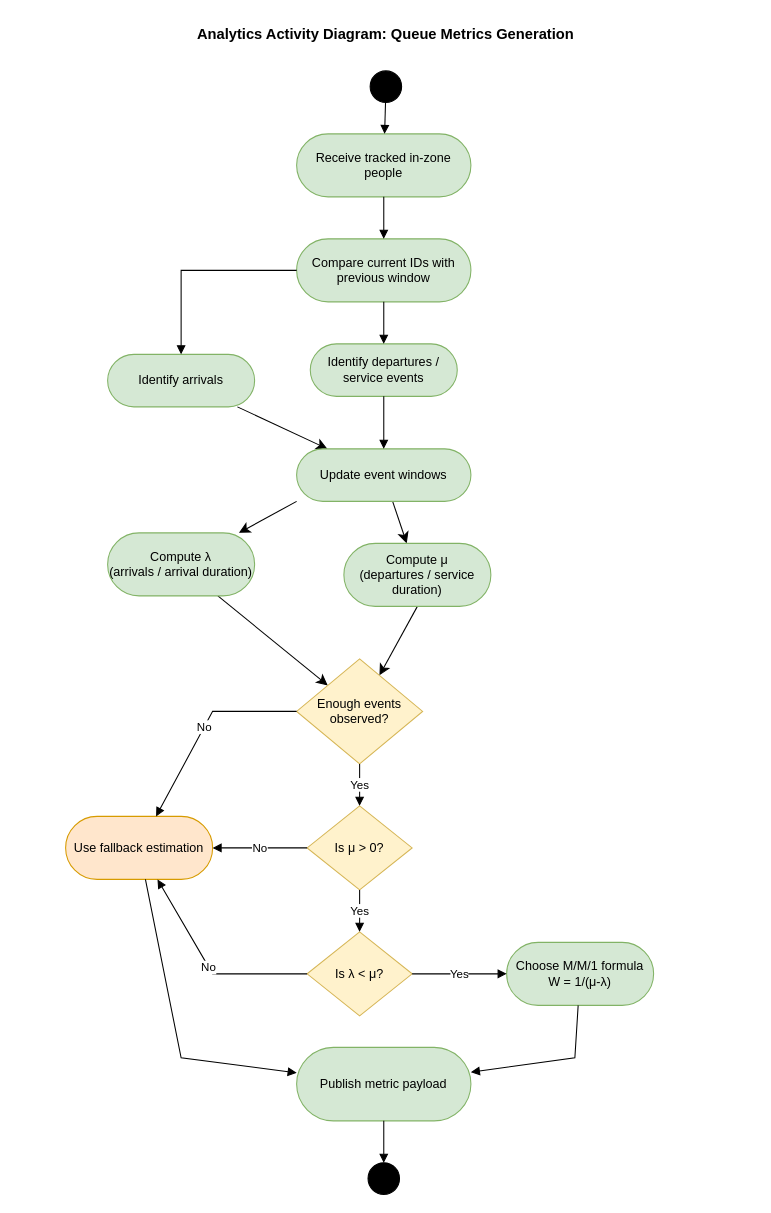
Salmen-BA21/Queue-Wait-Time-Estimation keeps this draw.io diagram as report-latex/figures/drawio/chapter3_activity_Analytics.drawio. Above is the earlier version. Source tidied: cells renumbered, new cells numbered last; positions are measured from the earlier drawing's top-left corner, leaving out a move shared by most shapes. Both pictures are drawn from the tidied source at 105%, with x=0, y=0 at pixel (18, 18).
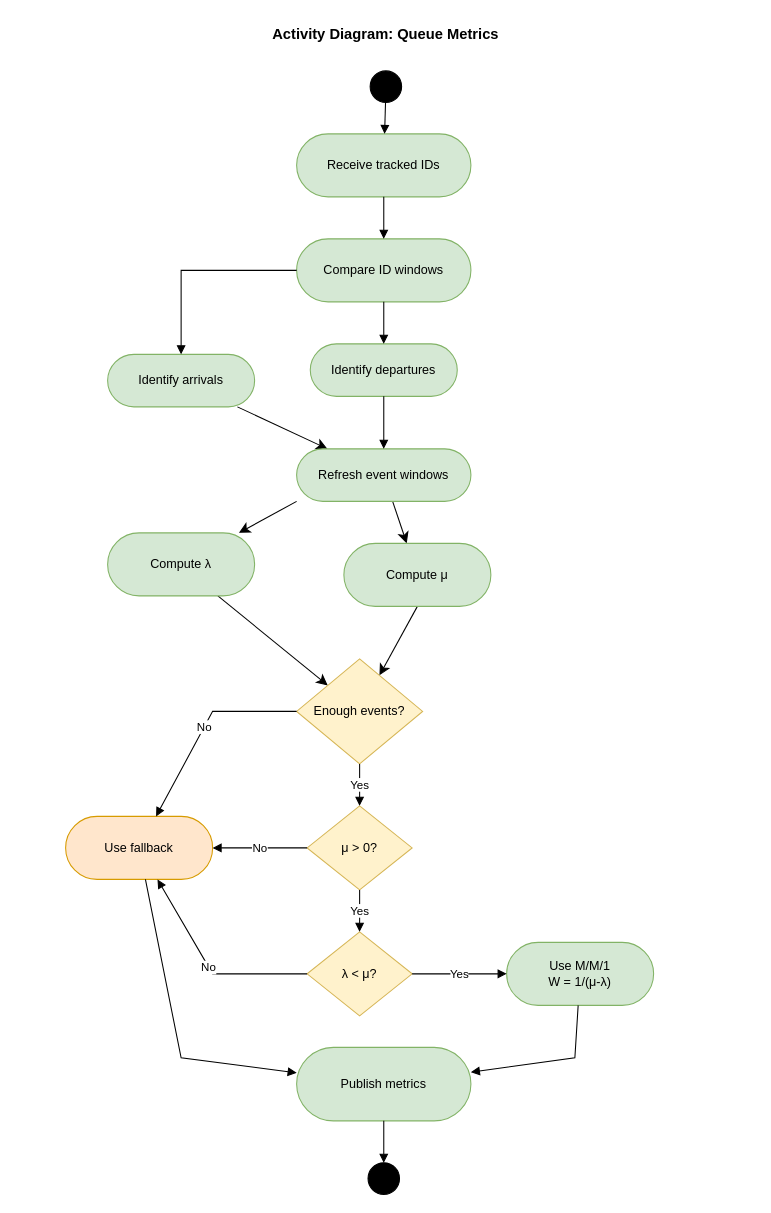
After the change.

The edit, as a diff of the source:
```diff
@@
-    <mxCell id="2" value="Analytics Activity Diagram: Queue Metrics Generation" style="text;fontSize=14;fontStyle=1;align=center;" parent="1" vertex="1">
+    <mxCell id="2" value="Activity Diagram: Queue Metrics" style="text;fontSize=14;fontStyle=1;align=center;" parent="1" vertex="1">
       <mxGeometry width="700" height="30" as="geometry" />
     </mxCell>
@@
-    <mxCell id="4" value="Receive tracked in-zone people" style="rounded=1;arcSize=50;fillColor=#d5e8d4;strokeColor=#82b366;html=1;whiteSpace=wrap;align=center;verticalAlign=middle;" parent="1" vertex="1">
+    <mxCell id="4" value="Receive tracked IDs" style="rounded=1;arcSize=50;fillColor=#d5e8d4;strokeColor=#82b366;html=1;whiteSpace=wrap;align=center;verticalAlign=middle;" parent="1" vertex="1">
       <mxGeometry x="265" y="110" width="166" height="60" as="geometry" />
     </mxCell>
-    <mxCell id="5" value="Compare current IDs with previous window" style="rounded=1;arcSize=50;fillColor=#d5e8d4;strokeColor=#82b366;html=1;whiteSpace=wrap;align=center;verticalAlign=middle;" parent="1" vertex="1">
+    <mxCell id="5" value="Compare ID windows" style="rounded=1;arcSize=50;fillColor=#d5e8d4;strokeColor=#82b366;html=1;whiteSpace=wrap;align=center;verticalAlign=middle;" parent="1" vertex="1">
       <mxGeometry x="265" y="210" width="166" height="60" as="geometry" />
     </mxCell>
@@
-    <mxCell id="8" value="Identify departures / service events" style="rounded=1;arcSize=50;fillColor=#d5e8d4;strokeColor=#82b366;html=1;whiteSpace=wrap;align=center;verticalAlign=middle;" parent="1" vertex="1">
+    <mxCell id="8" value="Identify departures" style="rounded=1;arcSize=50;fillColor=#d5e8d4;strokeColor=#82b366;html=1;whiteSpace=wrap;align=center;verticalAlign=middle;" parent="1" vertex="1">
       <mxGeometry x="278" y="310" width="140" height="50" as="geometry" />
     </mxCell>
@@
-    <mxCell id="11" value="Update event windows" style="rounded=1;arcSize=50;fillColor=#d5e8d4;strokeColor=#82b366;html=1;whiteSpace=wrap;align=center;verticalAlign=middle;" parent="1" vertex="1">
+    <mxCell id="11" value="Refresh event windows" style="rounded=1;arcSize=50;fillColor=#d5e8d4;strokeColor=#82b366;html=1;whiteSpace=wrap;align=center;verticalAlign=middle;" parent="1" vertex="1">
       <mxGeometry x="265" y="410" width="166" height="50" as="geometry" />
     </mxCell>
@@
-    <mxCell id="13" value="Compute λ&#10;(arrivals / arrival duration)" style="rounded=1;arcSize=50;fillColor=#d5e8d4;strokeColor=#82b366;html=1;whiteSpace=wrap;align=center;verticalAlign=middle;" parent="1" vertex="1">
+    <mxCell id="13" value="Compute λ" style="rounded=1;arcSize=50;fillColor=#d5e8d4;strokeColor=#82b366;html=1;whiteSpace=wrap;align=center;verticalAlign=middle;" parent="1" vertex="1">
       <mxGeometry x="85" y="490" width="140" height="60" as="geometry" />
     </mxCell>
@@
-    <mxCell id="15" value="Compute μ&#10;(departures / service duration)" style="rounded=1;arcSize=50;fillColor=#d5e8d4;strokeColor=#82b366;html=1;whiteSpace=wrap;align=center;verticalAlign=middle;" parent="1" vertex="1">
+    <mxCell id="15" value="Compute μ" style="rounded=1;arcSize=50;fillColor=#d5e8d4;strokeColor=#82b366;html=1;whiteSpace=wrap;align=center;verticalAlign=middle;" parent="1" vertex="1">
       <mxGeometry x="310" y="500" width="140" height="60" as="geometry" />
     </mxCell>
-    <mxCell id="16" value="Enough events&#10;observed?" style="rhombus;fillColor=#fff2cc;strokeColor=#d6b656;html=1;whiteSpace=wrap;align=center;verticalAlign=middle;" parent="1" vertex="1">
+    <mxCell id="16" value="Enough events?" style="rhombus;fillColor=#fff2cc;strokeColor=#d6b656;html=1;whiteSpace=wrap;align=center;verticalAlign=middle;" parent="1" vertex="1">
       <mxGeometry x="265" y="610" width="120" height="100" as="geometry" />
     </mxCell>
-    <mxCell id="17" value="Is μ &gt; 0?" style="rhombus;fillColor=#fff2cc;strokeColor=#d6b656;html=1;whiteSpace=wrap;align=center;verticalAlign=middle;" parent="1" vertex="1">
+    <mxCell id="17" value="μ &gt; 0?" style="rhombus;fillColor=#fff2cc;strokeColor=#d6b656;html=1;whiteSpace=wrap;align=center;verticalAlign=middle;" parent="1" vertex="1">
       <mxGeometry x="275" y="750" width="100" height="80" as="geometry" />
     </mxCell>
-    <mxCell id="18" value="Is λ &lt; μ?" style="rhombus;fillColor=#fff2cc;strokeColor=#d6b656;html=1;whiteSpace=wrap;align=center;verticalAlign=middle;" parent="1" vertex="1">
+    <mxCell id="18" value="λ &lt; μ?" style="rhombus;fillColor=#fff2cc;strokeColor=#d6b656;html=1;whiteSpace=wrap;align=center;verticalAlign=middle;" parent="1" vertex="1">
       <mxGeometry x="275" y="870" width="100" height="80" as="geometry" />
     </mxCell>
-    <mxCell id="19" value="Choose M/M/1 formula&#10;W = 1/(μ-λ)" style="rounded=1;arcSize=50;fillColor=#d5e8d4;strokeColor=#82b366;html=1;whiteSpace=wrap;align=center;verticalAlign=middle;" parent="1" vertex="1">
+    <mxCell id="19" value="Use M/M/1&#10;W = 1/(μ-λ)" style="rounded=1;arcSize=50;fillColor=#d5e8d4;strokeColor=#82b366;html=1;whiteSpace=wrap;align=center;verticalAlign=middle;" parent="1" vertex="1">
       <mxGeometry x="465" y="880" width="140" height="60" as="geometry" />
     </mxCell>
-    <mxCell id="20" value="Use fallback estimation" style="rounded=1;arcSize=50;fillColor=#ffe6cc;strokeColor=#d79b00;html=1;whiteSpace=wrap;align=center;verticalAlign=middle;" parent="1" vertex="1">
+    <mxCell id="20" value="Use fallback" style="rounded=1;arcSize=50;fillColor=#ffe6cc;strokeColor=#d79b00;html=1;whiteSpace=wrap;align=center;verticalAlign=middle;" parent="1" vertex="1">
       <mxGeometry x="45" y="760" width="140" height="60" as="geometry" />
     </mxCell>
-    <mxCell id="21" value="Publish metric payload" style="rounded=1;arcSize=50;fillColor=#d5e8d4;strokeColor=#82b366;html=1;whiteSpace=wrap;align=center;verticalAlign=middle;" parent="1" vertex="1">
+    <mxCell id="21" value="Publish metrics" style="rounded=1;arcSize=50;fillColor=#d5e8d4;strokeColor=#82b366;html=1;whiteSpace=wrap;align=center;verticalAlign=middle;" parent="1" vertex="1">
       <mxGeometry x="265" y="980" width="166" height="70" as="geometry" />
     </mxCell>
```
